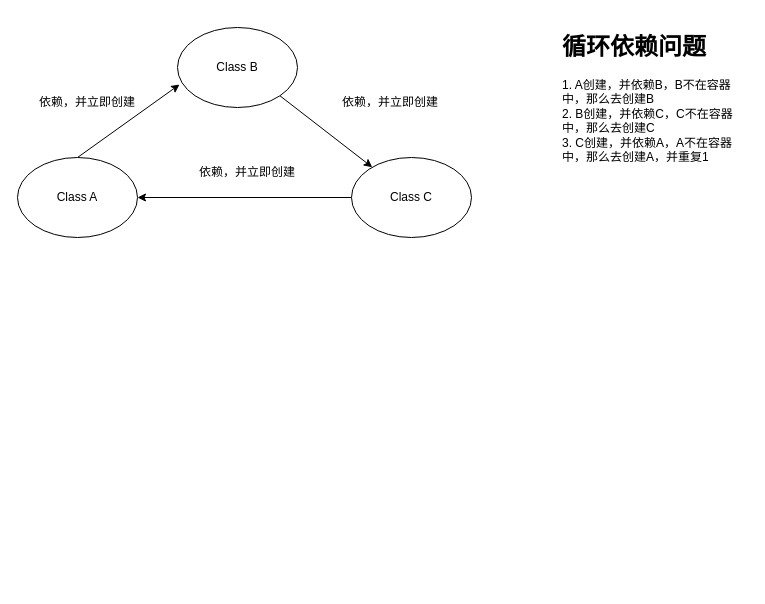
This is page "循环依赖说明" (8 of 8) of spring源码分析.drawio from gzliu/Mind-maps, a draw.io file, before an edit. Source tidied: cells renumbered, new cells numbered last; positions are measured from the earlier drawing's top-left corner, leaving out a move shared by most shapes. Both pictures are drawn from the tidied source at 100%, with x=0, y=0 at pixel (17, 27).
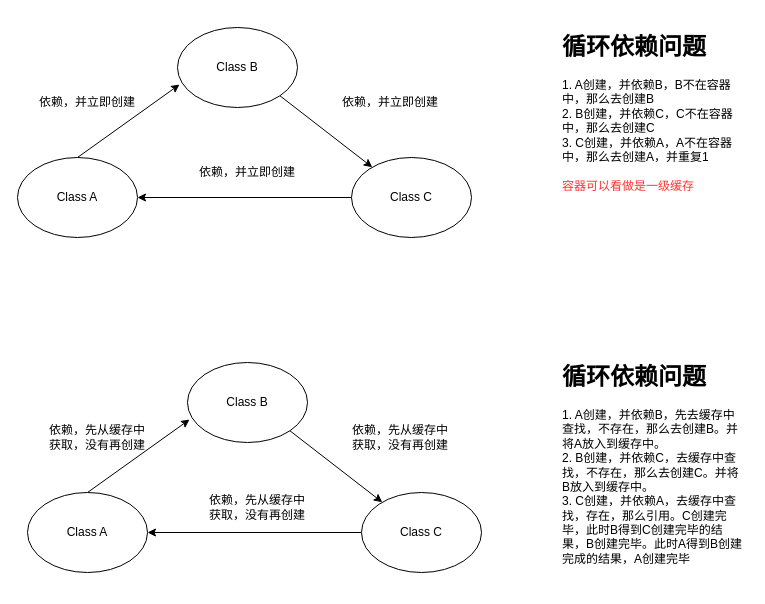
The same diagram, later.

Commit message:
更新spring源码分析.drawio

The edit, as a diff of the source:
```diff
@@
-    <mxCell id="11" value="&lt;h1&gt;循环依赖问题&lt;/h1&gt;&lt;div&gt;1. A创建，并依赖B，B不在容器中，那么去创建B&lt;/div&gt;&lt;div&gt;2. B创建，并依赖C，C不在容器中，那么去创建C&lt;/div&gt;&lt;div&gt;3. C创建，并依赖A，A不在容器中，那么去创建A，并重复1&lt;/div&gt;" style="text;html=1;strokeColor=none;fillColor=none;spacing=5;spacingTop=-20;whiteSpace=wrap;overflow=hidden;rounded=0;" parent="1" vertex="1">
+    <mxCell id="11" value="&lt;h1&gt;循环依赖问题&lt;/h1&gt;&lt;div&gt;1. A创建，并依赖B，B不在容器中，那么去创建B&lt;/div&gt;&lt;div&gt;2. B创建，并依赖C，C不在容器中，那么去创建C&lt;/div&gt;&lt;div&gt;3. C创建，并依赖A，A不在容器中，那么去创建A，并重复1&lt;/div&gt;&lt;div&gt;&lt;br&gt;&lt;/div&gt;&lt;div&gt;&lt;font color=&quot;#ff3333&quot;&gt;容器可以看做是一级缓存&lt;/font&gt;&lt;/div&gt;" style="text;html=1;strokeColor=none;fillColor=none;spacing=5;spacingTop=-20;whiteSpace=wrap;overflow=hidden;rounded=0;" parent="1" vertex="1">
       <mxGeometry x="540" width="190" height="190" as="geometry" />
     </mxCell>
+    <mxCell id="12" style="rounded=0;jettySize=auto;html=1;exitX=1;exitY=1;exitDx=0;exitDy=0;" parent="1" edge="1" source="13" target="17">
+      <mxGeometry relative="1" as="geometry" />
+    </mxCell>
+    <mxCell id="13" value="Class B" style="ellipse;whiteSpace=wrap;html=1;" parent="1" vertex="1">
+      <mxGeometry x="170" y="335" width="120" height="80" as="geometry" />
+    </mxCell>
+    <mxCell id="14" style="rounded=0;jettySize=auto;html=1;exitX=0.5;exitY=0;exitDx=0;exitDy=0;entryX=0.017;entryY=0.713;entryDx=0;entryDy=0;entryPerimeter=0;" parent="1" edge="1" source="15" target="13">
+      <mxGeometry relative="1" as="geometry" />
+    </mxCell>
+    <mxCell id="15" value="Class A" style="ellipse;whiteSpace=wrap;html=1;" parent="1" vertex="1">
+      <mxGeometry x="10" y="465" width="120" height="80" as="geometry" />
+    </mxCell>
+    <mxCell id="16" style="edgeStyle=orthogonalEdgeStyle;rounded=0;jettySize=auto;html=1;exitX=0;exitY=0.5;exitDx=0;exitDy=0;entryX=1;entryY=0.5;entryDx=0;entryDy=0;" parent="1" edge="1" source="17" target="15">
+      <mxGeometry relative="1" as="geometry" />
+    </mxCell>
+    <mxCell id="17" value="Class C" style="ellipse;whiteSpace=wrap;html=1;" parent="1" vertex="1">
+      <mxGeometry x="344" y="465" width="120" height="80" as="geometry" />
+    </mxCell>
+    <mxCell id="18" value="依赖，先从缓存中获取，没有再创建" style="text;html=1;strokeColor=none;fillColor=none;align=center;verticalAlign=middle;whiteSpace=wrap;rounded=0;" parent="1" vertex="1">
+      <mxGeometry x="30" y="395" width="100" height="30" as="geometry" />
+    </mxCell>
+    <mxCell id="19" value="依赖，先从缓存中获取，没有再创建" style="text;html=1;strokeColor=none;fillColor=none;align=center;verticalAlign=middle;whiteSpace=wrap;rounded=0;" parent="1" vertex="1">
+      <mxGeometry x="330" y="395" width="106" height="30" as="geometry" />
+    </mxCell>
+    <mxCell id="20" value="依赖，先从缓存中获取，没有再创建" style="text;html=1;strokeColor=none;fillColor=none;align=center;verticalAlign=middle;whiteSpace=wrap;rounded=0;" parent="1" vertex="1">
+      <mxGeometry x="190" y="465" width="100" height="30" as="geometry" />
+    </mxCell>
+    <mxCell id="21" value="&lt;h1&gt;循环依赖问题&lt;/h1&gt;&lt;div&gt;1. A创建，并依赖B，先去缓存中查找，不存在，那么去创建B。并将A放入到缓存中。&lt;/div&gt;&lt;div&gt;2. B创建，并依赖C，去缓存中查找，不存在，那么去创建C。并将B放入到缓存中。&lt;/div&gt;&lt;div&gt;3. C创建，并依赖A，去缓存中查找，存在，那么引用。C创建完毕，此时B得到C创建完毕的结果，B创建完毕。此时A得到B创建完成的结果，A创建完毕&lt;/div&gt;&lt;div&gt;&lt;br&gt;&lt;/div&gt;" style="text;html=1;strokeColor=none;fillColor=none;spacing=5;spacingTop=-20;whiteSpace=wrap;overflow=hidden;rounded=0;" parent="1" vertex="1">
+      <mxGeometry x="540" y="330" width="190" height="230" as="geometry" />
+    </mxCell>
```
